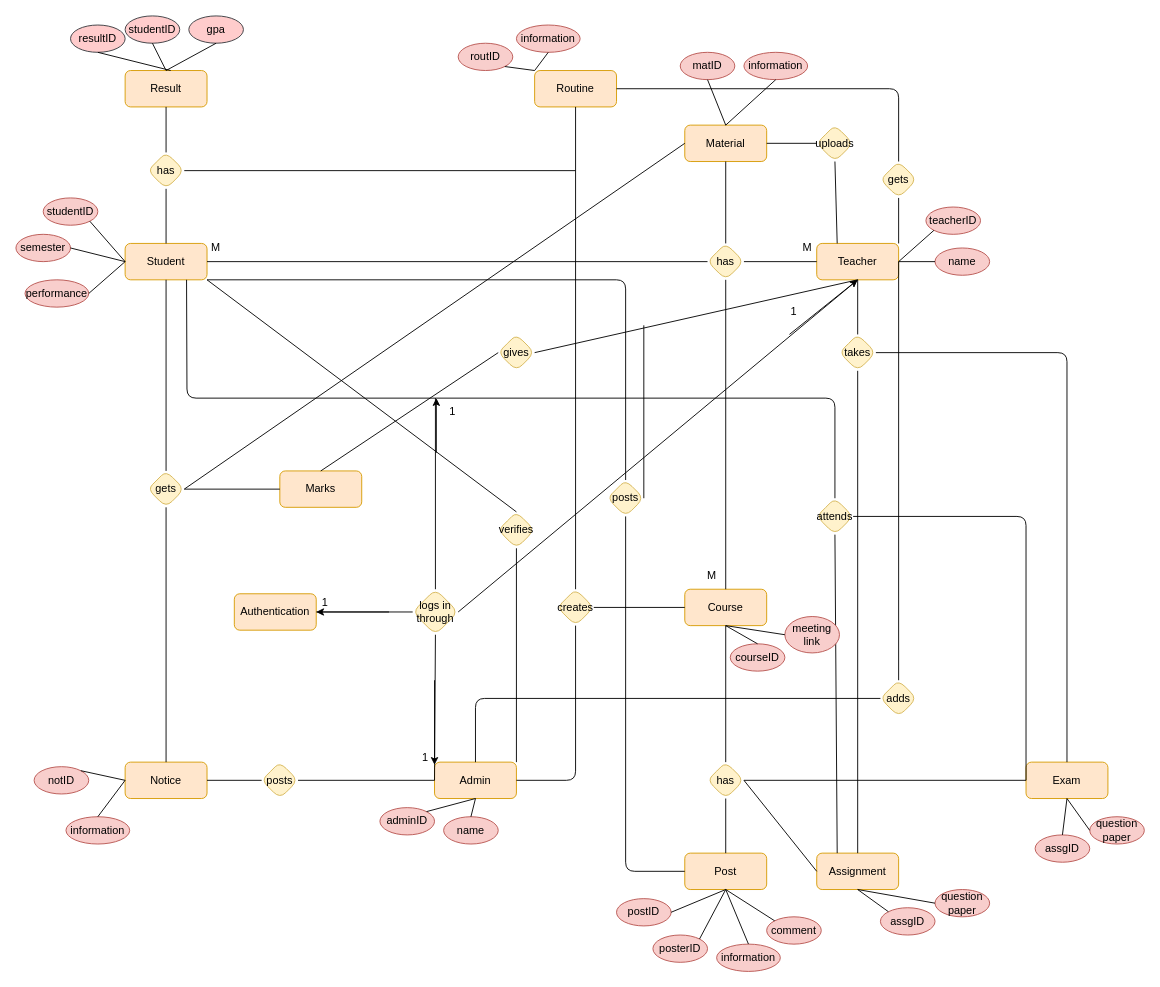
The draw.io diagram page "ER Diagram" (34 of 40) of Diagrams.drawio in shirrsho/E-shcool, before the edit. Source tidied: cells renumbered, new cells numbered last; positions are measured from the earlier drawing's top-left corner, leaving out a move shared by most shapes. Both pictures are drawn from the tidied source at 91%, with x=0, y=0 at pixel (15, 15).
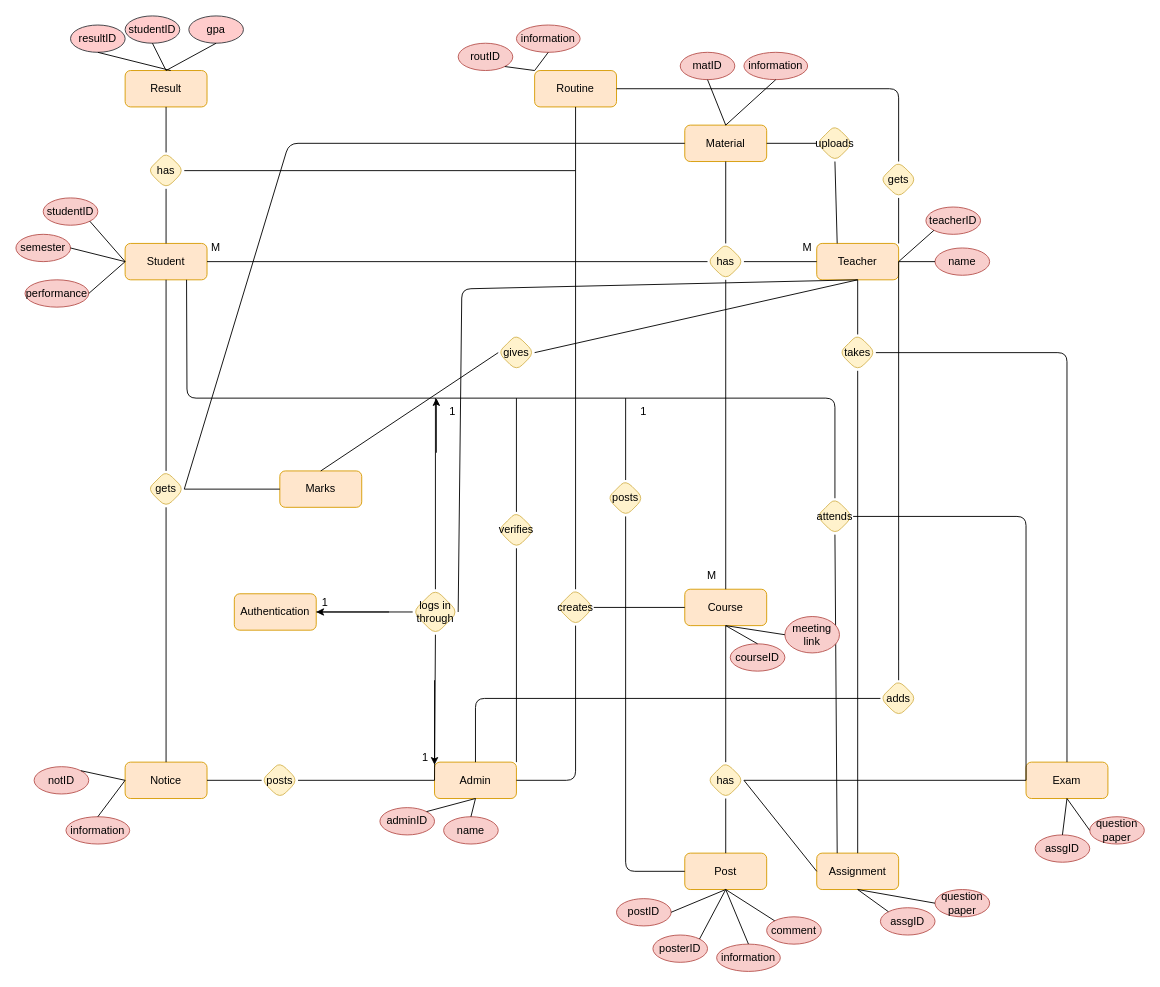
Above is the later version.

The change refers to these unchanged cells:
```xml
<mxCell id="2" value="Teacher" style="rounded=1;whiteSpace=wrap;html=1;fillColor=#ffe6cc;strokeColor=#d79b00;" parent="1" vertex="1">
  <mxGeometry x="880" y="250" width="90" height="40" as="geometry" />
</mxCell>
<mxCell id="3" value="Student" style="rounded=1;whiteSpace=wrap;html=1;fillColor=#ffe6cc;strokeColor=#d79b00;" parent="1" vertex="1">
  <mxGeometry x="120" y="250" width="90" height="40" as="geometry" />
</mxCell>
<mxCell id="10" value="Material" style="rounded=1;whiteSpace=wrap;html=1;fillColor=#ffe6cc;strokeColor=#d79b00;" parent="1" vertex="1">
  <mxGeometry x="735" y="120" width="90" height="40" as="geometry" />
</mxCell>
<mxCell id="25" value="logs in through" style="rhombus;whiteSpace=wrap;html=1;fillColor=#fff2cc;strokeColor=#d6b656;rounded=1;" parent="1" vertex="1">
  <mxGeometry x="436" y="630" width="50" height="50" as="geometry" />
</mxCell>
<mxCell id="32" value="posts" style="rhombus;whiteSpace=wrap;html=1;fillColor=#fff2cc;strokeColor=#d6b656;rounded=1;" parent="1" vertex="1">
  <mxGeometry x="650" y="510" width="40" height="40" as="geometry" />
</mxCell>
<mxCell id="48" value="gets" style="rhombus;whiteSpace=wrap;html=1;fillColor=#fff2cc;strokeColor=#d6b656;rounded=1;" parent="1" vertex="1">
  <mxGeometry x="145" y="500" width="40" height="40" as="geometry" />
</mxCell>
<mxCell id="63" value="verifies" style="rhombus;whiteSpace=wrap;html=1;fillColor=#fff2cc;strokeColor=#d6b656;rounded=1;" parent="1" vertex="1">
  <mxGeometry x="530" y="545" width="40" height="40" as="geometry" />
</mxCell>
```

The edit, as a diff of the source:
```diff
@@
     <mxCell id="24" style="endArrow=none;html=1;rounded=1;entryX=0.5;entryY=1;entryDx=0;entryDy=0;exitX=1;exitY=0.5;exitDx=0;exitDy=0;" parent="1" edge="1" source="25" target="2">
-      <mxGeometry relative="1" as="geometry" />
+      <mxGeometry relative="1" as="geometry">
+        <Array as="points">
+          <mxPoint x="490" y="300" />
+        </Array>
+      </mxGeometry>
     </mxCell>
@@
-    <mxCell id="33" style="endArrow=none;html=1;rounded=1;exitX=1;exitY=0.5;exitDx=0;exitDy=0;" parent="1" edge="1" source="32">
-      <mxGeometry relative="1" as="geometry">
-        <mxPoint x="690" y="340" as="targetPoint" />
-      </mxGeometry>
-    </mxCell>
@@
-    <mxCell id="51" style="endArrow=none;html=1;rounded=1;exitX=0.5;exitY=0;exitDx=0;exitDy=0;entryX=1;entryY=1;entryDx=0;entryDy=0;" parent="1" edge="1" source="32" target="3">
+    <mxCell id="51" style="endArrow=none;html=1;rounded=1;exitX=0.5;exitY=0;exitDx=0;exitDy=0;" parent="1" edge="1" source="32">
       <mxGeometry relative="1" as="geometry">
-        <Array as="points">
-          <mxPoint x="670" y="290" />
-        </Array>
+        <mxPoint x="670" y="420" as="targetPoint" />
       </mxGeometry>
     </mxCell>
     <mxCell id="52" style="endArrow=none;html=1;rounded=1;exitX=1;exitY=0.5;exitDx=0;exitDy=0;entryX=0;entryY=0.5;entryDx=0;entryDy=0;" parent="1" edge="1" source="48" target="10">
-      <mxGeometry relative="1" as="geometry" />
+      <mxGeometry relative="1" as="geometry">
+        <Array as="points">
+          <mxPoint x="300" y="140" />
+        </Array>
+      </mxGeometry>
     </mxCell>
@@
     <mxCell id="64" style="endArrow=none;html=1;rounded=1;entryX=0.5;entryY=0;entryDx=0;entryDy=0;" parent="1" edge="1" target="63">
       <mxGeometry relative="1" as="geometry">
-        <mxPoint x="210" y="290" as="sourcePoint" />
+        <mxPoint x="550" y="420" as="sourcePoint" />
       </mxGeometry>
     </mxCell>
@@
     <mxCell id="78" value="1" style="text;html=1;strokeColor=none;fillColor=none;align=center;verticalAlign=middle;whiteSpace=wrap;rounded=1;" parent="1" vertex="1">
-      <mxGeometry x="825" y="310" width="60" height="30" as="geometry" />
+      <mxGeometry x="660" y="420" width="60" height="30" as="geometry" />
     </mxCell>
@@
-    <mxCell id="135" style="endArrow=classic;html=1;rounded=0;targetPerimeterSpacing=0;entryX=0.5;entryY=1;entryDx=0;entryDy=0;" parent="1" edge="1" target="2">
-      <mxGeometry relative="1" as="geometry">
-        <mxPoint x="850" y="350" as="sourcePoint" />
-      </mxGeometry>
-    </mxCell>
```
